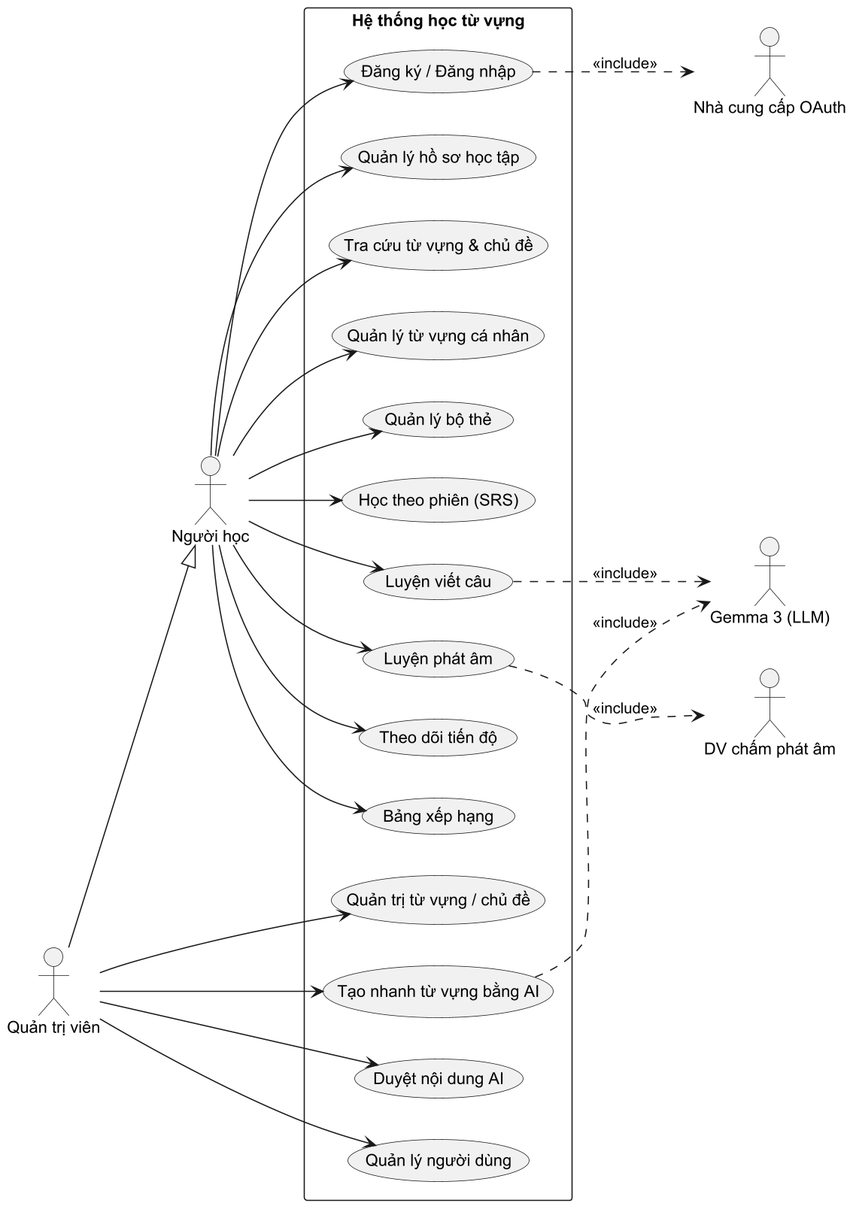
This is docs/report/images/usecase-tong-quat.png from XuanVietK67/learning_vocab_backend, a PlantUML export, as it was before one commit. Source of this version:
```plantuml
@startuml usecase-tong-quat
skinparam dpi 150
skinparam defaultFontName Arial
left to right direction
skinparam packageStyle rectangle
actor "Người học" as U
actor "Quản trị viên" as A
actor "Gemma 3 (LLM)" as G
actor "DV chấm phát âm" as P
actor "Nhà cung cấp OAuth" as O
A --|> U
rectangle "Hệ thống học từ vựng" {
  usecase "Đăng ký / Đăng nhập" as UC1
  usecase "Quản lý hồ sơ học tập" as UC2
  usecase "Tra cứu từ vựng & chủ đề" as UC3
  usecase "Quản lý từ vựng cá nhân" as UC4
  usecase "Quản lý bộ thẻ" as UC5
  usecase "Học theo phiên (SRS)" as UC6
  usecase "Luyện viết câu" as UC7
  usecase "Luyện phát âm" as UC8
  usecase "Theo dõi tiến độ" as UC9
  usecase "Bảng xếp hạng" as UC10
  usecase "Quản trị từ vựng / chủ đề" as UC11
  usecase "Tạo nhanh từ vựng bằng AI" as UC12
  usecase "Duyệt nội dung AI" as UC13
  usecase "Quản lý người dùng" as UC14
}
U --> UC1
U --> UC2
U --> UC3
U --> UC4
U --> UC5
U --> UC6
U --> UC7
U --> UC8
U --> UC9
U --> UC10
A --> UC11
A --> UC12
A --> UC13
A --> UC14
UC1 ..> O : <<include>>
UC7 ..> G : <<include>>
UC12 ..> G : <<include>>
UC8 ..> P : <<include>>
@enduml
```
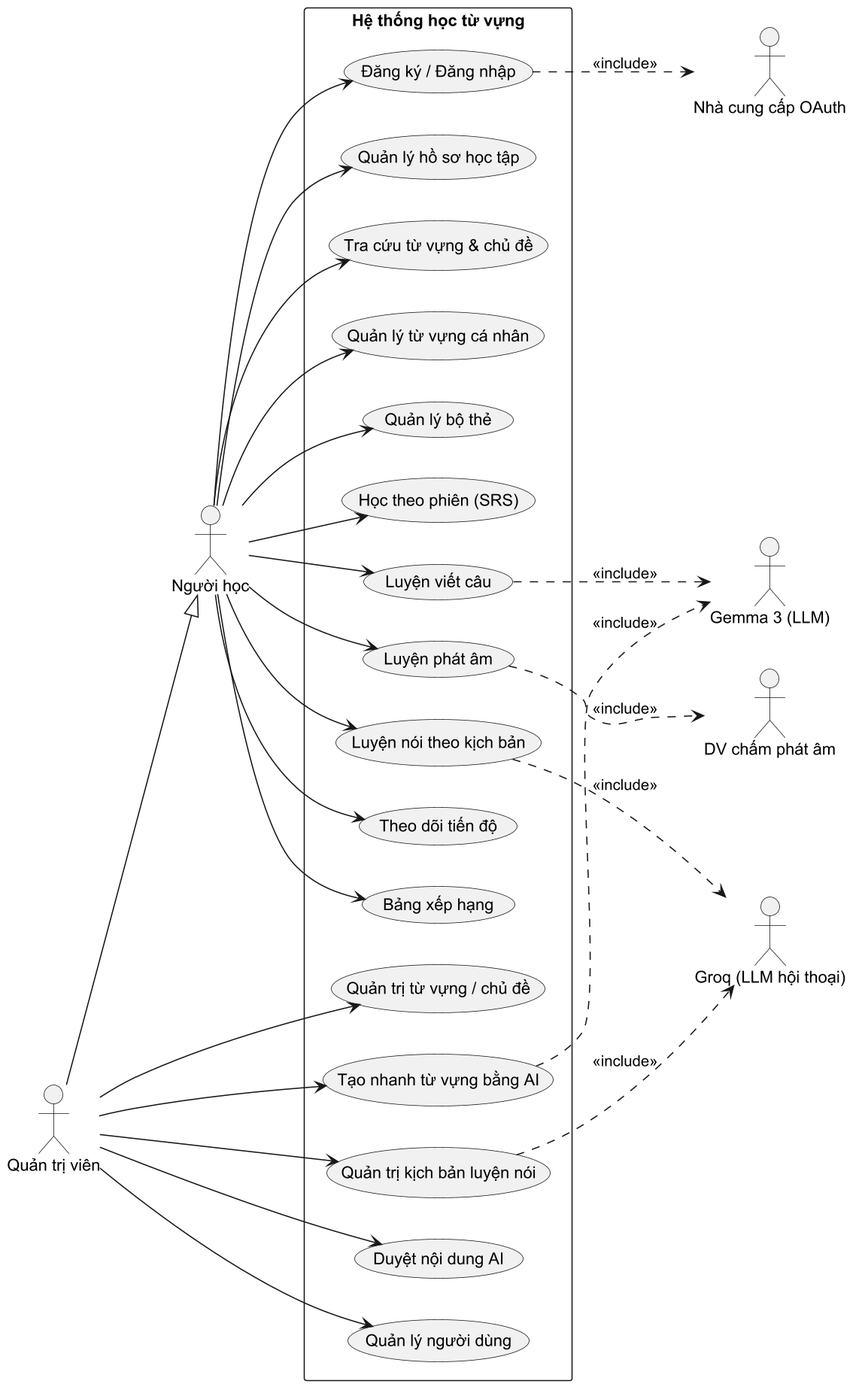
Later version of the same file.

Diff of the diagram source:
```diff
@@ -1,4 +1,5 @@
 @startuml usecase-tong-quat
+skinparamlocked metana null
 skinparam dpi 150
 skinparam defaultFontName Arial
 left to right direction
@@ -6,6 +7,7 @@
 actor "Người học" as U
 actor "Quản trị viên" as A
 actor "Gemma 3 (LLM)" as G
+actor "Groq (LLM hội thoại)" as GR
 actor "DV chấm phát âm" as P
 actor "Nhà cung cấp OAuth" as O
 A --|> U
@@ -18,12 +20,14 @@
   usecase "Học theo phiên (SRS)" as UC6
   usecase "Luyện viết câu" as UC7
   usecase "Luyện phát âm" as UC8
-  usecase "Theo dõi tiến độ" as UC9
-  usecase "Bảng xếp hạng" as UC10
-  usecase "Quản trị từ vựng / chủ đề" as UC11
-  usecase "Tạo nhanh từ vựng bằng AI" as UC12
-  usecase "Duyệt nội dung AI" as UC13
-  usecase "Quản lý người dùng" as UC14
+  usecase "Luyện nói theo kịch bản" as UC9
+  usecase "Theo dõi tiến độ" as UC10
+  usecase "Bảng xếp hạng" as UC11
+  usecase "Quản trị từ vựng / chủ đề" as UC12
+  usecase "Tạo nhanh từ vựng bằng AI" as UC13
+  usecase "Quản trị kịch bản luyện nói" as UC14
+  usecase "Duyệt nội dung AI" as UC15
+  usecase "Quản lý người dùng" as UC16
 }
 U --> UC1
 U --> UC2
@@ -35,12 +39,16 @@
 U --> UC8
 U --> UC9
 U --> UC10
-A --> UC11
+U --> UC11
 A --> UC12
 A --> UC13
 A --> UC14
+A --> UC15
+A --> UC16
 UC1 ..> O : <<include>>
 UC7 ..> G : <<include>>
-UC12 ..> G : <<include>>
+UC13 ..> G : <<include>>
+UC9 ..> GR : <<include>>
+UC14 ..> GR : <<include>>
 UC8 ..> P : <<include>>
 @enduml
```
